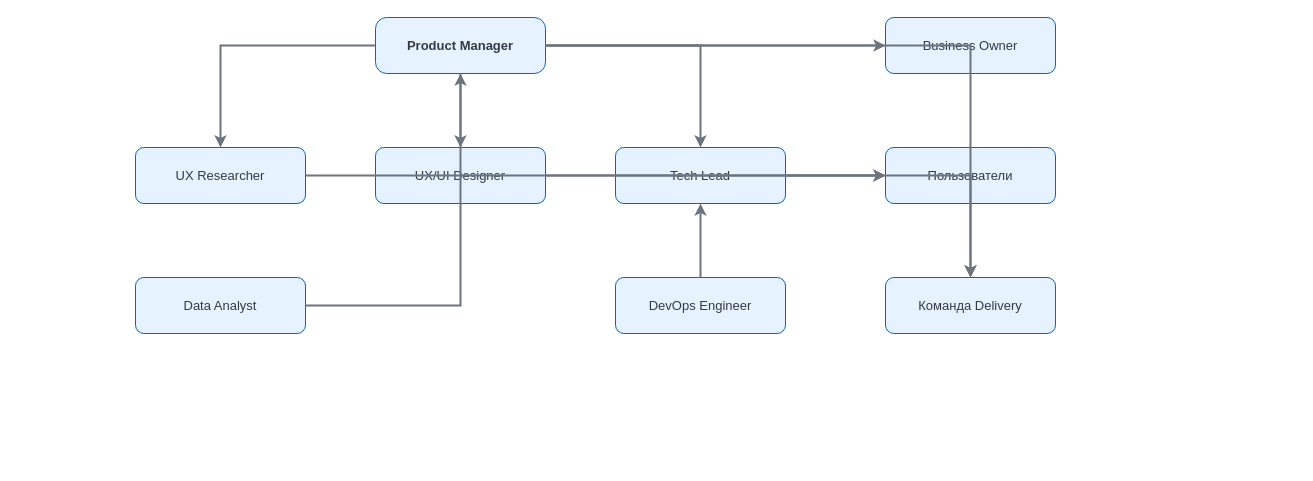
Earlier version of the draw.io diagram тестыИИ/discovery/drawio/07-roles-interaction.drawio (jackrescuer-gif/Discovery-in-value). Source tidied: cells renumbered, new cells numbered last; positions are measured from the earlier drawing's top-left corner, leaving out a move shared by most shapes. Both pictures are drawn from the tidied source at 100%, with x=0, y=0 at pixel (135, 17).
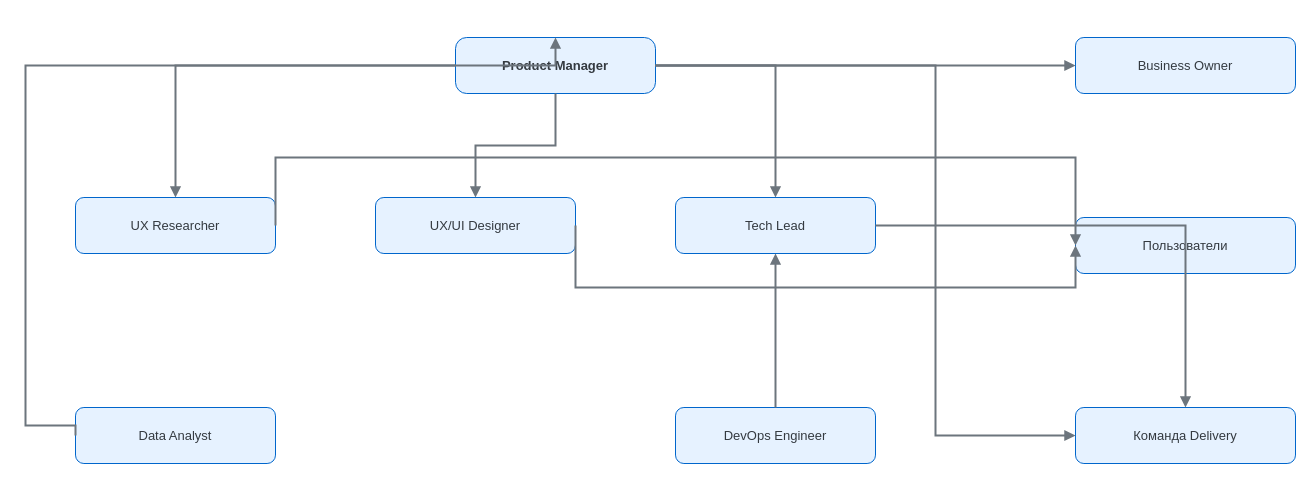
The same diagram, later.

Diff of the diagram source:
```diff
@@
     <mxCell id="2" value="Product Manager" style="rounded=1;whiteSpace=wrap;html=1;arcSize=20;fillColor=#E6F2FF;strokeColor=#0066CC;fontColor=#343A40;fontSize=13;fontStyle=1;" parent="1" vertex="1">
-      <mxGeometry x="240" width="170" height="56" as="geometry" />
+      <mxGeometry x="320" y="20" width="200" height="56" as="geometry" />
     </mxCell>
     <mxCell id="3" value="UX Researcher" style="rounded=1;whiteSpace=wrap;html=1;fillColor=#E6F2FF;strokeColor=#0066CC;fontColor=#343A40;fontSize=13;" parent="1" vertex="1">
-      <mxGeometry y="130" width="170" height="56" as="geometry" />
+      <mxGeometry x="-60" y="180" width="200" height="56" as="geometry" />
     </mxCell>
     <mxCell id="4" value="UX/UI Designer" style="rounded=1;whiteSpace=wrap;html=1;fillColor=#E6F2FF;strokeColor=#0066CC;fontColor=#343A40;fontSize=13;" parent="1" vertex="1">
-      <mxGeometry x="240" y="130" width="170" height="56" as="geometry" />
+      <mxGeometry x="240" y="180" width="200" height="56" as="geometry" />
     </mxCell>
     <mxCell id="5" value="Tech Lead" style="rounded=1;whiteSpace=wrap;html=1;fillColor=#E6F2FF;strokeColor=#0066CC;fontColor=#343A40;fontSize=13;" parent="1" vertex="1">
-      <mxGeometry x="480" y="130" width="170" height="56" as="geometry" />
+      <mxGeometry x="540" y="180" width="200" height="56" as="geometry" />
     </mxCell>
     <mxCell id="6" value="Data Analyst" style="rounded=1;whiteSpace=wrap;html=1;fillColor=#E6F2FF;strokeColor=#0066CC;fontColor=#343A40;fontSize=13;" parent="1" vertex="1">
-      <mxGeometry y="260" width="170" height="56" as="geometry" />
+      <mxGeometry x="-60" y="390" width="200" height="56" as="geometry" />
     </mxCell>
     <mxCell id="7" value="DevOps Engineer" style="rounded=1;whiteSpace=wrap;html=1;fillColor=#E6F2FF;strokeColor=#0066CC;fontColor=#343A40;fontSize=13;" parent="1" vertex="1">
-      <mxGeometry x="480" y="260" width="170" height="56" as="geometry" />
+      <mxGeometry x="540" y="390" width="200" height="56" as="geometry" />
     </mxCell>
     <mxCell id="8" value="Business Owner" style="rounded=1;whiteSpace=wrap;html=1;fillColor=#E6F2FF;strokeColor=#0066CC;fontColor=#343A40;fontSize=13;" parent="1" vertex="1">
-      <mxGeometry x="750" width="170" height="56" as="geometry" />
+      <mxGeometry x="940" y="20" width="220" height="56" as="geometry" />
     </mxCell>
     <mxCell id="9" value="Пользователи" style="rounded=1;whiteSpace=wrap;html=1;fillColor=#E6F2FF;strokeColor=#0066CC;fontColor=#343A40;fontSize=13;" parent="1" vertex="1">
-      <mxGeometry x="750" y="130" width="170" height="56" as="geometry" />
+      <mxGeometry x="940" y="200" width="220" height="56" as="geometry" />
     </mxCell>
     <mxCell id="10" value="Команда Delivery" style="rounded=1;whiteSpace=wrap;html=1;fillColor=#E6F2FF;strokeColor=#0066CC;fontColor=#343A40;fontSize=13;" parent="1" vertex="1">
-      <mxGeometry x="750" y="260" width="170" height="56" as="geometry" />
+      <mxGeometry x="940" y="390" width="220" height="56" as="geometry" />
     </mxCell>
-    <mxCell id="11" style="edgeStyle=orthogonalEdgeStyle;rounded=0;jettySize=auto;html=1;strokeColor=#6C757D;strokeWidth=2;" parent="1" edge="1" source="2" target="3">
+    <mxCell id="11" style="edgeStyle=orthogonalEdgeStyle;rounded=0;jettySize=auto;html=1;strokeColor=#6C757D;strokeWidth=2;endArrow=block;endFill=1;" parent="1" edge="1" source="2" target="3">
       <mxGeometry relative="1" as="geometry" />
     </mxCell>
-    <mxCell id="12" style="edgeStyle=orthogonalEdgeStyle;rounded=0;jettySize=auto;html=1;strokeColor=#6C757D;strokeWidth=2;" parent="1" edge="1" source="2" target="4">
+    <mxCell id="12" style="edgeStyle=orthogonalEdgeStyle;rounded=0;jettySize=auto;html=1;strokeColor=#6C757D;strokeWidth=2;endArrow=block;endFill=1;" parent="1" edge="1" source="2" target="4">
       <mxGeometry relative="1" as="geometry" />
     </mxCell>
-    <mxCell id="13" style="edgeStyle=orthogonalEdgeStyle;rounded=0;jettySize=auto;html=1;strokeColor=#6C757D;strokeWidth=2;" parent="1" edge="1" source="2" target="5">
+    <mxCell id="13" style="edgeStyle=orthogonalEdgeStyle;rounded=0;jettySize=auto;html=1;strokeColor=#6C757D;strokeWidth=2;endArrow=block;endFill=1;" parent="1" edge="1" source="2" target="5">
       <mxGeometry relative="1" as="geometry" />
     </mxCell>
-    <mxCell id="14" style="edgeStyle=orthogonalEdgeStyle;rounded=0;jettySize=auto;html=1;strokeColor=#6C757D;strokeWidth=2;" parent="1" edge="1" source="2" target="8">
+    <mxCell id="14" style="edgeStyle=orthogonalEdgeStyle;rounded=0;jettySize=auto;html=1;strokeColor=#6C757D;strokeWidth=2;endArrow=block;endFill=1;" parent="1" edge="1" source="2" target="8">
       <mxGeometry relative="1" as="geometry" />
     </mxCell>
-    <mxCell id="15" style="edgeStyle=orthogonalEdgeStyle;rounded=0;jettySize=auto;html=1;strokeColor=#6C757D;strokeWidth=2;" parent="1" edge="1" source="3" target="9">
-      <mxGeometry relative="1" as="geometry" />
+    <mxCell id="15" style="edgeStyle=orthogonalEdgeStyle;rounded=0;jettySize=auto;html=1;strokeColor=#6C757D;strokeWidth=2;endArrow=block;endFill=1;exitX=1;exitY=0.5;entryX=0;entryY=0.5;" parent="1" edge="1" source="3" target="9">
+      <mxGeometry relative="1" as="geometry">
+        <Array as="points">
+          <mxPoint x="180" y="140" />
+          <mxPoint x="880" y="140" />
+        </Array>
+      </mxGeometry>
     </mxCell>
-    <mxCell id="16" style="edgeStyle=orthogonalEdgeStyle;rounded=0;jettySize=auto;html=1;strokeColor=#6C757D;strokeWidth=2;" parent="1" edge="1" source="4" target="9">
-      <mxGeometry relative="1" as="geometry" />
+    <mxCell id="16" style="edgeStyle=orthogonalEdgeStyle;rounded=0;jettySize=auto;html=1;strokeColor=#6C757D;strokeWidth=2;endArrow=block;endFill=1;exitX=1;exitY=0.5;entryX=0;entryY=0.5;" parent="1" edge="1" source="4" target="9">
+      <mxGeometry relative="1" as="geometry">
+        <Array as="points">
+          <mxPoint x="480" y="270" />
+          <mxPoint x="880" y="270" />
+        </Array>
+      </mxGeometry>
     </mxCell>
-    <mxCell id="17" style="edgeStyle=orthogonalEdgeStyle;rounded=0;jettySize=auto;html=1;strokeColor=#6C757D;strokeWidth=2;" parent="1" edge="1" source="5" target="10">
+    <mxCell id="17" style="edgeStyle=orthogonalEdgeStyle;rounded=0;jettySize=auto;html=1;strokeColor=#6C757D;strokeWidth=2;endArrow=block;endFill=1;" parent="1" edge="1" source="5" target="10">
       <mxGeometry relative="1" as="geometry" />
     </mxCell>
-    <mxCell id="18" style="edgeStyle=orthogonalEdgeStyle;rounded=0;jettySize=auto;html=1;strokeColor=#6C757D;strokeWidth=2;" parent="1" edge="1" source="6" target="2">
-      <mxGeometry relative="1" as="geometry" />
+    <mxCell id="18" style="edgeStyle=orthogonalEdgeStyle;rounded=0;jettySize=auto;html=1;strokeColor=#6C757D;strokeWidth=2;endArrow=block;endFill=1;exitX=0;exitY=0.5;entryX=0.5;entryY=0;" parent="1" edge="1" source="6" target="2">
+      <mxGeometry relative="1" as="geometry">
+        <Array as="points">
+          <mxPoint x="-110" y="408" />
+          <mxPoint x="-110" y="48" />
+        </Array>
+      </mxGeometry>
     </mxCell>
-    <mxCell id="19" style="edgeStyle=orthogonalEdgeStyle;rounded=0;jettySize=auto;html=1;strokeColor=#6C757D;strokeWidth=2;" parent="1" edge="1" source="7" target="5">
+    <mxCell id="19" style="edgeStyle=orthogonalEdgeStyle;rounded=0;jettySize=auto;html=1;strokeColor=#6C757D;strokeWidth=2;endArrow=block;endFill=1;" parent="1" edge="1" source="7" target="5">
       <mxGeometry relative="1" as="geometry" />
     </mxCell>
-    <mxCell id="20" style="edgeStyle=orthogonalEdgeStyle;rounded=0;jettySize=auto;html=1;strokeColor=#6C757D;strokeWidth=2;" parent="1" edge="1" source="2" target="10">
-      <mxGeometry relative="1" as="geometry" />
+    <mxCell id="20" style="edgeStyle=orthogonalEdgeStyle;rounded=0;jettySize=auto;html=1;strokeColor=#6C757D;strokeWidth=2;endArrow=block;endFill=1;exitX=1;exitY=0.5;entryX=0;entryY=0.5;" parent="1" edge="1" source="2" target="10">
+      <mxGeometry relative="1" as="geometry">
+        <Array as="points">
+          <mxPoint x="800" y="48" />
+          <mxPoint x="800" y="418" />
+        </Array>
+      </mxGeometry>
     </mxCell>
```
